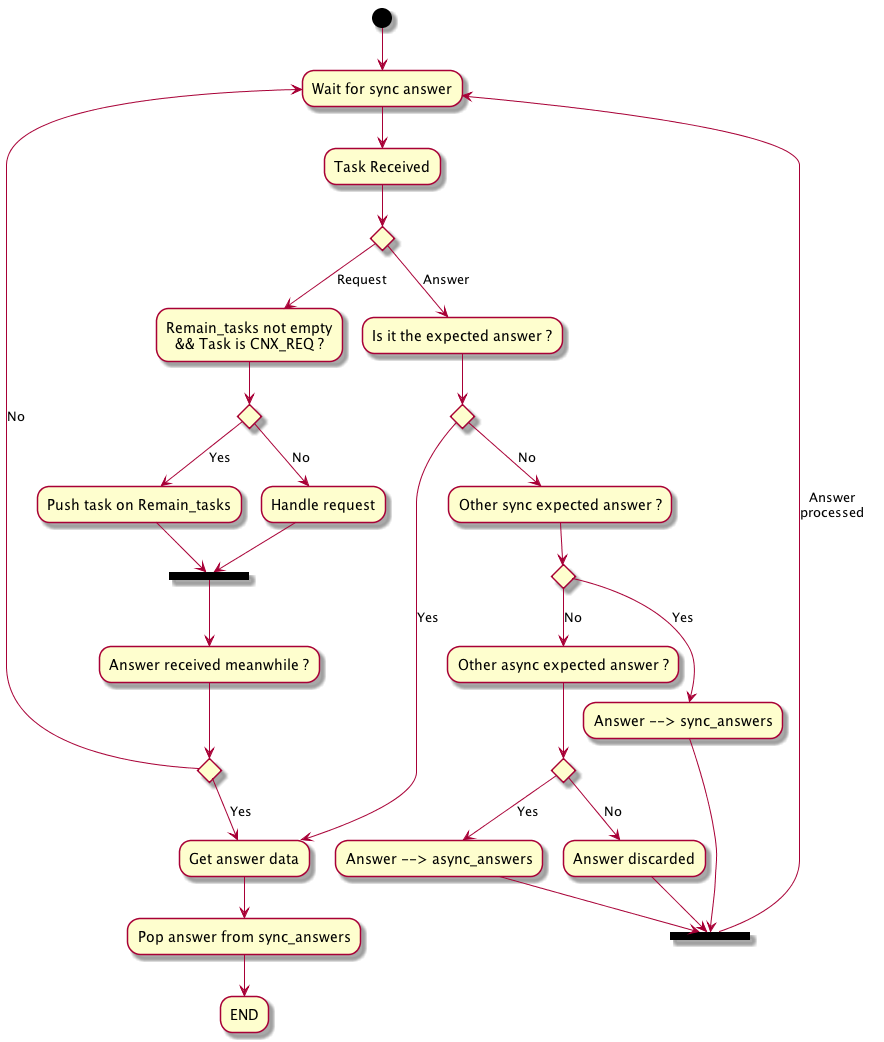
Before: doc/UML/Algo_recept_Send_Sync.png, a diagram exported from PlantUML (tof25/DST).
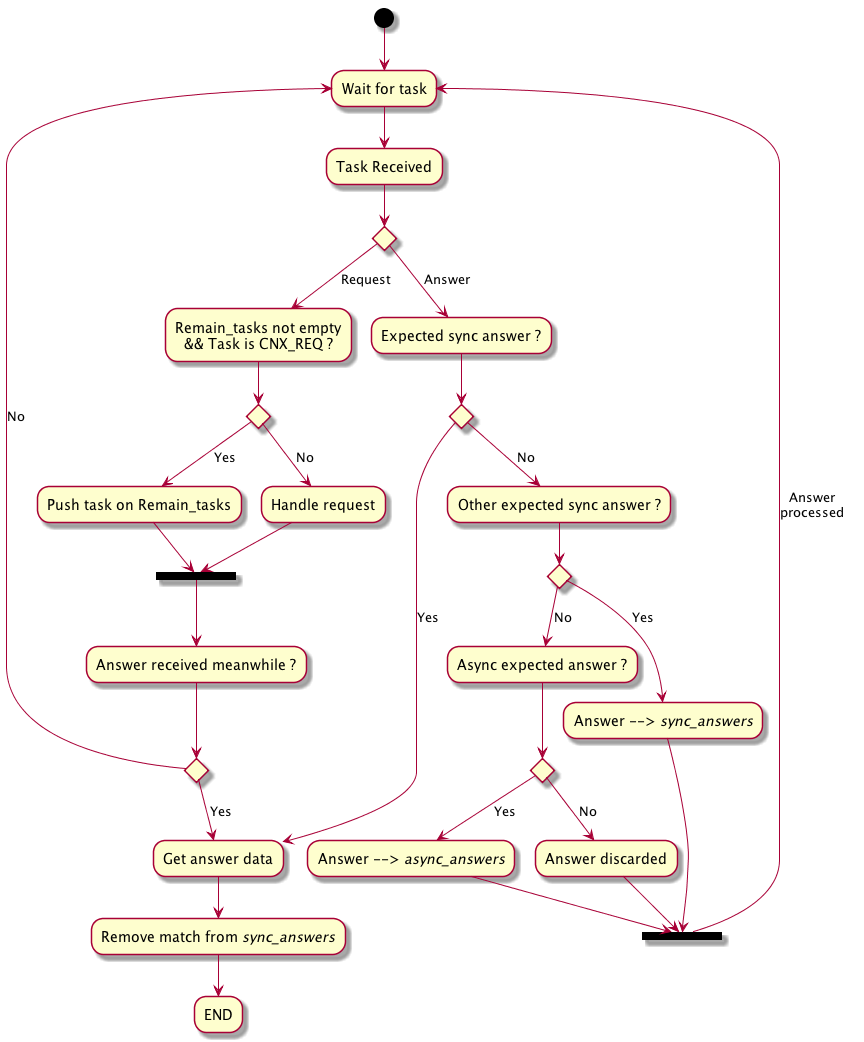
After the change.

Change to the diagram source:
```diff
@@ -1,5 +1,5 @@
 @startuml
-(*top) -->"Wait for sync answer"
+(*top) -->"Wait for task"
 -->"Task Received"
 
 if "" then
@@ -14,31 +14,31 @@
     == REQUEST_PROCESSED == --> "Answer received meanwhile ?"
     if "" then
         -->[Yes] "Get answer data"
-        --> "Pop answer from sync_answers"
+        --> "Remove match from <i>sync_answers</i>"
         --> "END"
     else
-        -->[No] "Wait for sync answer"
+        -->[No] "Wait for task"
     endif
 
 else
-    -->[Answer] "Is it the expected answer ?"
+    -->[Answer] "Expected sync answer ?"
     if "" then
         -->[Yes] "Get answer data"
     else
-        -->[No] "Other sync expected answer ?"
+        -->[No] "Other expected sync answer ?"
         if "" then
-            -->[Yes] "Answer --> sync_answers"
+            -->[Yes] "Answer --> <i>sync_answers</i>"
             --> == ANSWER_PROCESSED ==
         else
-            -->[No] "Other async expected answer ?"
+            -->[No] "Async expected answer ?"
             if "" then
-                -->[Yes] "Answer --> async_answers"
+                -->[Yes] "Answer --> <i>async_answers</i>"
                 --> == ANSWER_PROCESSED ==
             else
                 -->[No] "Answer discarded"
                 --> == ANSWER_PROCESSED ==
             endif
     endif
-    == ANSWER_PROCESSED == -->[Answer\nprocessed] "Wait for sync answer"
+    == ANSWER_PROCESSED == -->[Answer\nprocessed] "Wait for task"
 endif
 @enduml
```
